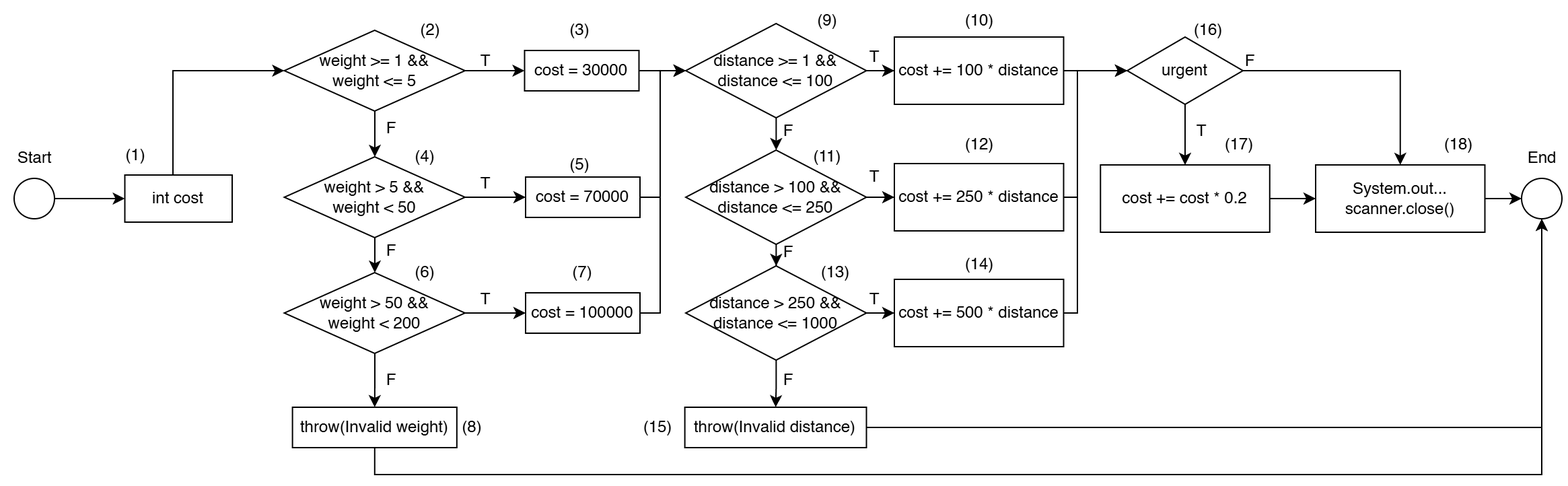
This is cfg.png from BananaOnTheTree/KiemThu, a draw.io export, as it was before one commit. Source tidied: cells renumbered, new cells last; positions are measured from the earlier drawing's top-left corner, leaving out a move shared by most shapes.
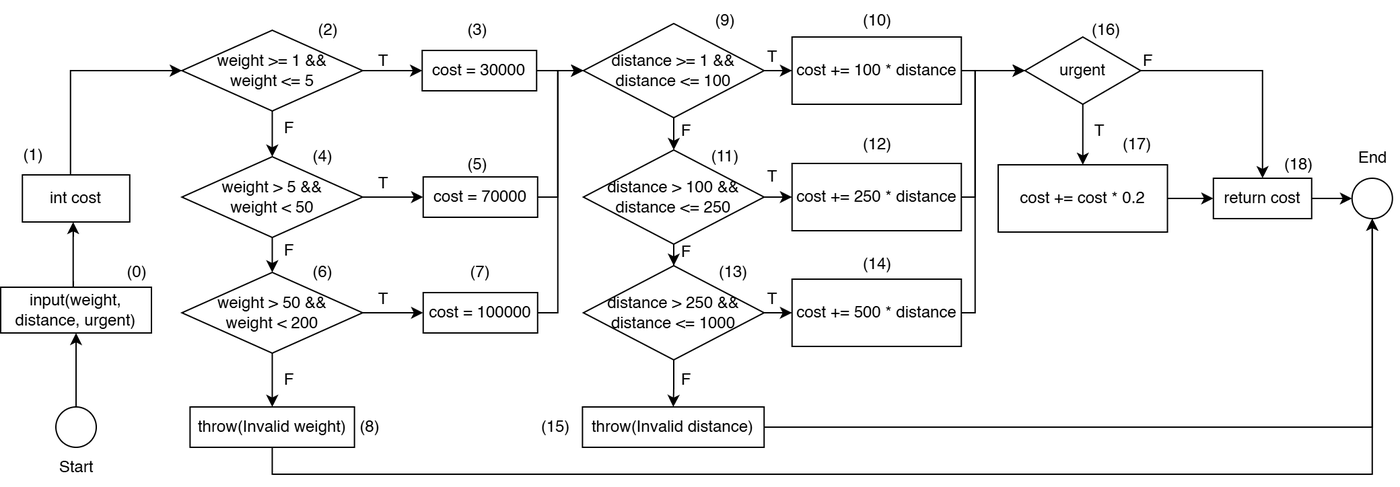
After the change.

What changed in the source:
```diff
@@ -2,11 +2,11 @@
   <root>
     <mxCell id="0" />
     <mxCell id="1" parent="0" />
-    <mxCell id="2" style="edgeStyle=orthogonalEdgeStyle;rounded=0;jettySize=auto;html=1;" parent="1" edge="1" source="3" target="5">
-      <mxGeometry relative="1" as="geometry" />
-    </mxCell>
+    <mxCell id="83" style="edgeStyle=orthogonalEdgeStyle;rounded=0;jettySize=auto;html=1;" parent="1" edge="1" source="3" target="85">
+      <mxGeometry relative="1" as="geometry" />
+    </mxCell>
     <mxCell id="3" style="ellipse;whiteSpace=wrap;html=1;" parent="1" vertex="1">
-      <mxGeometry x="10" y="132" width="30" height="30" as="geometry" />
+      <mxGeometry x="117.1" y="302" width="30" height="30" as="geometry" />
     </mxCell>
     <mxCell id="4" style="edgeStyle=orthogonalEdgeStyle;rounded=0;jettySize=auto;html=1;" parent="1" edge="1" source="5" target="8">
       <mxGeometry relative="1" as="geometry">
@@ -25,7 +25,7 @@
       <mxGeometry relative="1" as="geometry" />
     </mxCell>
     <mxCell id="8" value="weight &amp;gt;= 1 &amp;amp;&amp;amp;&lt;br&gt;weight &amp;lt;= 5" style="rhombus;whiteSpace=wrap;html=1;" parent="1" vertex="1">
-      <mxGeometry x="210.8" y="22" width="134.2" height="60" as="geometry" />
+      <mxGeometry x="210.7" y="22" width="134.2" height="60" as="geometry" />
     </mxCell>
     <mxCell id="9" style="edgeStyle=orthogonalEdgeStyle;rounded=0;jettySize=auto;html=1;" parent="1" edge="1" source="11" target="30">
       <mxGeometry relative="1" as="geometry" />
@@ -34,7 +34,7 @@
       <mxGeometry relative="1" as="geometry" />
     </mxCell>
     <mxCell id="11" value="weight &amp;gt; 5 &amp;amp;&amp;amp;&lt;br&gt;weight &amp;lt; 50" style="rhombus;whiteSpace=wrap;html=1;" parent="1" vertex="1">
-      <mxGeometry x="210.8" y="116" width="134.2" height="60" as="geometry" />
+      <mxGeometry x="210.7" y="116" width="134.2" height="60" as="geometry" />
     </mxCell>
     <mxCell id="12" style="edgeStyle=orthogonalEdgeStyle;rounded=0;jettySize=auto;html=1;" parent="1" edge="1" source="14" target="32">
       <mxGeometry relative="1" as="geometry" />
@@ -43,7 +43,7 @@
       <mxGeometry relative="1" as="geometry" />
     </mxCell>
     <mxCell id="14" value="weight &amp;gt; 50 &amp;amp;&amp;amp;&lt;br&gt;weight &amp;lt; 200" style="rhombus;whiteSpace=wrap;html=1;" parent="1" vertex="1">
-      <mxGeometry x="210.8" y="202" width="134.2" height="60" as="geometry" />
+      <mxGeometry x="210.7" y="202" width="134.2" height="60" as="geometry" />
     </mxCell>
     <mxCell id="15" style="edgeStyle=orthogonalEdgeStyle;rounded=0;jettySize=auto;html=1;" parent="1" edge="1" source="17" target="20">
       <mxGeometry relative="1" as="geometry" />
@@ -155,11 +155,11 @@
     <mxCell id="42" style="edgeStyle=orthogonalEdgeStyle;rounded=0;jettySize=auto;html=1;" parent="1" edge="1" source="43" target="44">
       <mxGeometry relative="1" as="geometry" />
     </mxCell>
-    <mxCell id="43" value="System.out...&lt;br&gt;scanner.close()" style="rounded=0;whiteSpace=wrap;html=1;" parent="1" vertex="1">
-      <mxGeometry x="977" y="122" width="125.8" height="50" as="geometry" />
+    <mxCell id="43" value="return cost" style="rounded=0;whiteSpace=wrap;html=1;" parent="1" vertex="1">
+      <mxGeometry x="977" y="132" width="73" height="30" as="geometry" />
     </mxCell>
     <mxCell id="44" style="ellipse;whiteSpace=wrap;html=1;" parent="1" vertex="1">
-      <mxGeometry x="1130" y="132" width="30" height="30" as="geometry" />
+      <mxGeometry x="1080" y="132" width="30" height="30" as="geometry" />
     </mxCell>
     <mxCell id="45" value="T" style="text;html=1;align=center;verticalAlign=middle;strokeColor=none;fillColor=none;" parent="1" vertex="1">
       <mxGeometry x="345" y="30" width="30" height="30" as="geometry" />
@@ -180,7 +180,7 @@
       <mxGeometry relative="1" as="geometry">
         <Array as="points">
           <mxPoint x="278" y="352" />
-          <mxPoint x="1145" y="352" />
+          <mxPoint x="1095" y="352" />
         </Array>
       </mxGeometry>
     </mxCell>
@@ -221,10 +221,10 @@
       <mxGeometry x="912.9" y="30" width="30" height="30" as="geometry" />
     </mxCell>
     <mxCell id="63" value="Start" style="text;html=1;align=center;verticalAlign=middle;strokeColor=none;fillColor=none;" parent="1" vertex="1">
-      <mxGeometry y="102" width="50" height="30" as="geometry" />
+      <mxGeometry x="107.1" y="332" width="50" height="30" as="geometry" />
     </mxCell>
     <mxCell id="64" value="End" style="text;html=1;align=center;verticalAlign=middle;strokeColor=none;fillColor=none;" parent="1" vertex="1">
-      <mxGeometry x="1125" y="102" width="40" height="30" as="geometry" />
+      <mxGeometry x="1075" y="102" width="40" height="30" as="geometry" />
     </mxCell>
     <mxCell id="65" value="(1)" style="text;html=1;align=center;verticalAlign=middle;strokeColor=none;fillColor=none;" parent="1" vertex="1">
       <mxGeometry x="80" y="99.5" width="40" height="30" as="geometry" />
@@ -245,7 +245,7 @@
       <mxGeometry x="295" y="187" width="40" height="30" as="geometry" />
     </mxCell>
     <mxCell id="71" value="(7)" style="text;html=1;align=center;verticalAlign=middle;strokeColor=none;fillColor=none;" parent="1" vertex="1">
-      <mxGeometry x="411.8" y="187" width="40" height="30" as="geometry" />
+      <mxGeometry x="411.7" y="187" width="40" height="30" as="geometry" />
     </mxCell>
     <mxCell id="72" value="(8)" style="text;html=1;align=center;verticalAlign=middle;strokeColor=none;fillColor=none;" parent="1" vertex="1">
       <mxGeometry x="330" y="302" width="40" height="30" as="geometry" />
@@ -278,7 +278,21 @@
       <mxGeometry x="900" y="92" width="40" height="30" as="geometry" />
     </mxCell>
     <mxCell id="82" value="(18)" style="text;html=1;align=center;verticalAlign=middle;strokeColor=none;fillColor=none;" parent="1" vertex="1">
-      <mxGeometry x="1062.8" y="92" width="40" height="30" as="geometry" />
+      <mxGeometry x="1020" y="107" width="40" height="30" as="geometry" />
     </mxCell>
+    <mxCell id="84" style="edgeStyle=orthogonalEdgeStyle;rounded=0;jettySize=auto;html=1;" parent="1" edge="1" source="85" target="5">
+      <mxGeometry relative="1" as="geometry">
+        <Array as="points">
+          <mxPoint x="130" y="192" />
+          <mxPoint x="130" y="192" />
+        </Array>
+      </mxGeometry>
+    </mxCell>
+    <mxCell id="85" value="input(weight, distance, urgent)" style="rounded=0;whiteSpace=wrap;html=1;" parent="1" vertex="1">
+      <mxGeometry x="76.1" y="213" width="112" height="34" as="geometry" />
+    </mxCell>
+    <mxCell id="86" value="(0)" style="text;html=1;align=center;verticalAlign=middle;strokeColor=none;fillColor=none;" parent="1" vertex="1">
+      <mxGeometry x="157.1" y="187" width="40" height="30" as="geometry" />
+    </mxCell>
   </root>
 </mxGraphModel>
```
